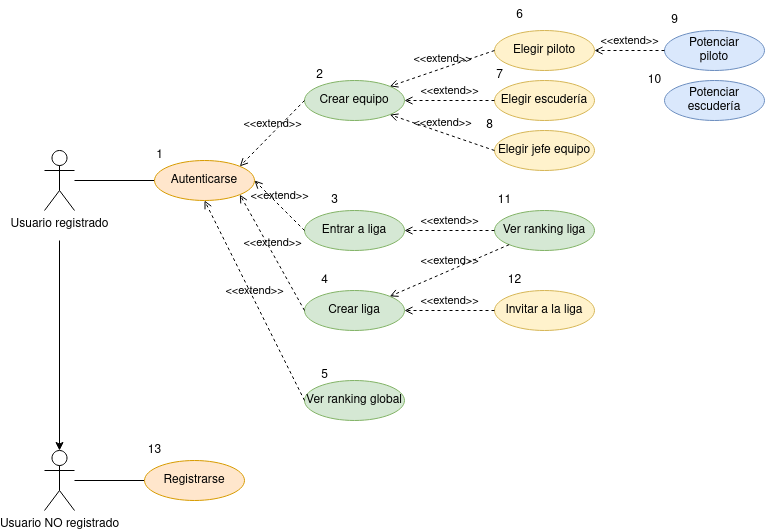
The draw.io diagram doc/diagramas/img/Diagrama_casos_uso.drawio.png in adrianhrb/proyecto_ETS, before a commit. Source tidied: cells renumbered, new cells last; positions are measured from the earlier drawing's top-left corner, leaving out a move shared by most shapes.
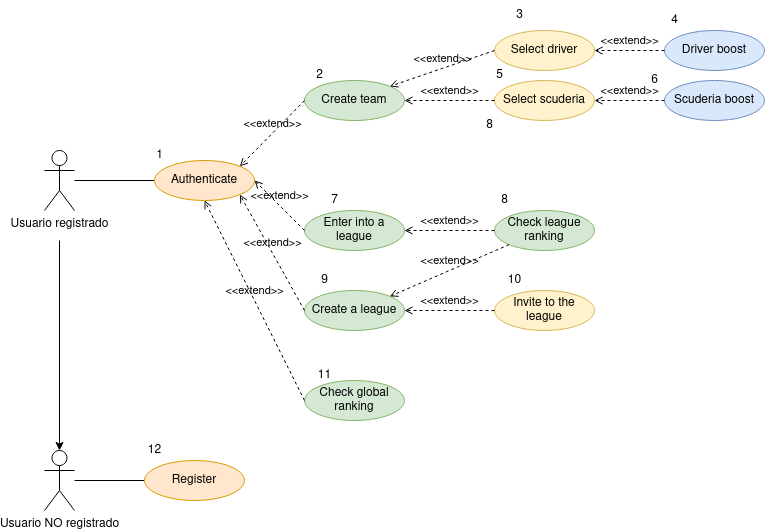
After the change.

What changed in the source:
```diff
@@ -13,34 +13,31 @@
     <mxCell id="4" value="Usuario registrado" style="shape=umlActor;verticalLabelPosition=bottom;verticalAlign=top;html=1;outlineConnect=0;" parent="1" vertex="1">
       <mxGeometry y="150" width="30" height="60" as="geometry" />
     </mxCell>
-    <mxCell id="5" value="Autenticarse" style="ellipse;whiteSpace=wrap;html=1;align=center;fillColor=#ffe6cc;strokeColor=#d79b00;" parent="1" vertex="1">
+    <mxCell id="5" value="Authenticate" style="ellipse;whiteSpace=wrap;html=1;align=center;fillColor=#ffe6cc;strokeColor=#d79b00;" parent="1" vertex="1">
       <mxGeometry x="110" y="160" width="100" height="40" as="geometry" />
     </mxCell>
-    <mxCell id="6" value="Crear equipo" style="ellipse;whiteSpace=wrap;html=1;align=center;fillColor=#d5e8d4;strokeColor=#82b366;" parent="1" vertex="1">
+    <mxCell id="6" value="Create team" style="ellipse;whiteSpace=wrap;html=1;align=center;fillColor=#d5e8d4;strokeColor=#82b366;" parent="1" vertex="1">
       <mxGeometry x="260" y="80" width="100" height="40" as="geometry" />
     </mxCell>
-    <mxCell id="7" value="Elegir piloto" style="ellipse;whiteSpace=wrap;html=1;align=center;fillColor=#fff2cc;strokeColor=#d6b656;" parent="1" vertex="1">
+    <mxCell id="7" value="Select driver" style="ellipse;whiteSpace=wrap;html=1;align=center;fillColor=#fff2cc;strokeColor=#d6b656;" parent="1" vertex="1">
       <mxGeometry x="450" y="30" width="100" height="40" as="geometry" />
     </mxCell>
-    <mxCell id="8" value="Elegir escudería" style="ellipse;whiteSpace=wrap;html=1;align=center;fillColor=#fff2cc;strokeColor=#d6b656;" parent="1" vertex="1">
+    <mxCell id="8" value="Select scuderia" style="ellipse;whiteSpace=wrap;html=1;align=center;fillColor=#fff2cc;strokeColor=#d6b656;" parent="1" vertex="1">
       <mxGeometry x="450" y="80" width="100" height="40" as="geometry" />
     </mxCell>
-    <mxCell id="9" value="Elegir jefe equipo" style="ellipse;whiteSpace=wrap;html=1;align=center;fillColor=#fff2cc;strokeColor=#d6b656;" parent="1" vertex="1">
-      <mxGeometry x="450" y="130" width="100" height="40" as="geometry" />
-    </mxCell>
-    <mxCell id="10" value="&lt;div&gt;Potenciar &lt;br&gt;&lt;/div&gt;&lt;div&gt;piloto&lt;/div&gt;" style="ellipse;whiteSpace=wrap;html=1;align=center;fillColor=#dae8fc;strokeColor=#6c8ebf;" parent="1" vertex="1">
+    <mxCell id="10" value="Driver boost" style="ellipse;whiteSpace=wrap;html=1;align=center;fillColor=#dae8fc;strokeColor=#6c8ebf;" parent="1" vertex="1">
       <mxGeometry x="620" y="30" width="100" height="40" as="geometry" />
     </mxCell>
-    <mxCell id="11" value="Entrar a liga" style="ellipse;whiteSpace=wrap;html=1;align=center;fillColor=#d5e8d4;strokeColor=#82b366;" parent="1" vertex="1">
+    <mxCell id="11" value="Enter into a league" style="ellipse;whiteSpace=wrap;html=1;align=center;fillColor=#d5e8d4;strokeColor=#82b366;" parent="1" vertex="1">
       <mxGeometry x="260" y="210" width="100" height="40" as="geometry" />
     </mxCell>
-    <mxCell id="12" value="Invitar a la liga" style="ellipse;whiteSpace=wrap;html=1;align=center;fillColor=#fff2cc;strokeColor=#d6b656;" parent="1" vertex="1">
+    <mxCell id="12" value="Invite to the league" style="ellipse;whiteSpace=wrap;html=1;align=center;fillColor=#fff2cc;strokeColor=#d6b656;" parent="1" vertex="1">
       <mxGeometry x="450" y="290" width="100" height="40" as="geometry" />
     </mxCell>
-    <mxCell id="13" value="Crear liga" style="ellipse;whiteSpace=wrap;html=1;align=center;fillColor=#d5e8d4;strokeColor=#82b366;" parent="1" vertex="1">
+    <mxCell id="13" value="Create a league" style="ellipse;whiteSpace=wrap;html=1;align=center;fillColor=#d5e8d4;strokeColor=#82b366;" parent="1" vertex="1">
       <mxGeometry x="260" y="290" width="100" height="40" as="geometry" />
     </mxCell>
-    <mxCell id="14" value="Potenciar escudería" style="ellipse;whiteSpace=wrap;html=1;align=center;fillColor=#dae8fc;strokeColor=#6c8ebf;" parent="1" vertex="1">
+    <mxCell id="14" value="Scuderia boost" style="ellipse;whiteSpace=wrap;html=1;align=center;fillColor=#dae8fc;strokeColor=#6c8ebf;" parent="1" vertex="1">
       <mxGeometry x="620" y="80" width="100" height="40" as="geometry" />
     </mxCell>
     <mxCell id="15" style="edgeStyle=orthogonalEdgeStyle;rounded=0;jettySize=auto;html=1;entryX=0;entryY=0.5;entryDx=0;entryDy=0;endArrow=none;endFill=0;" parent="1" edge="1" source="16" target="17">
@@ -49,13 +46,13 @@
     <mxCell id="16" value="Usuario NO registrado" style="shape=umlActor;verticalLabelPosition=bottom;verticalAlign=top;html=1;outlineConnect=0;" parent="1" vertex="1">
       <mxGeometry y="450" width="30" height="60" as="geometry" />
     </mxCell>
-    <mxCell id="17" value="Registrarse" style="ellipse;whiteSpace=wrap;html=1;align=center;fillColor=#ffe6cc;strokeColor=#d79b00;" parent="1" vertex="1">
+    <mxCell id="17" value="Register" style="ellipse;whiteSpace=wrap;html=1;align=center;fillColor=#ffe6cc;strokeColor=#d79b00;" parent="1" vertex="1">
       <mxGeometry x="100" y="460" width="100" height="40" as="geometry" />
     </mxCell>
-    <mxCell id="18" value="Ver ranking global" style="ellipse;whiteSpace=wrap;html=1;align=center;fillColor=#d5e8d4;strokeColor=#82b366;" parent="1" vertex="1">
+    <mxCell id="18" value="Check global ranking" style="ellipse;whiteSpace=wrap;html=1;align=center;fillColor=#d5e8d4;strokeColor=#82b366;" parent="1" vertex="1">
       <mxGeometry x="260" y="380" width="100" height="40" as="geometry" />
     </mxCell>
-    <mxCell id="19" value="Ver ranking liga" style="ellipse;whiteSpace=wrap;html=1;align=center;fillColor=#d5e8d4;strokeColor=#82b366;" parent="1" vertex="1">
+    <mxCell id="19" value="Check league ranking" style="ellipse;whiteSpace=wrap;html=1;align=center;fillColor=#d5e8d4;strokeColor=#82b366;" parent="1" vertex="1">
       <mxGeometry x="450" y="210" width="100" height="40" as="geometry" />
     </mxCell>
     <mxCell id="20" value="&amp;lt;&amp;lt;extend&amp;gt;&amp;gt;" style="html=1;verticalAlign=bottom;labelBackgroundColor=none;endArrow=open;endFill=0;dashed=1;rounded=0;exitX=0;exitY=0.5;exitDx=0;exitDy=0;entryX=0.5;entryY=1;entryDx=0;entryDy=0;" parent="1" edge="1" source="18" target="5">
@@ -76,7 +73,7 @@
     <mxCell id="25" value="&amp;lt;&amp;lt;extend&amp;gt;&amp;gt;" style="html=1;verticalAlign=bottom;labelBackgroundColor=none;endArrow=open;endFill=0;dashed=1;rounded=0;exitX=0;exitY=0.5;exitDx=0;exitDy=0;entryX=1;entryY=0.5;entryDx=0;entryDy=0;" parent="1" edge="1" source="8" target="6">
       <mxGeometry relative="1" as="geometry" />
     </mxCell>
-    <mxCell id="26" value="&amp;lt;&amp;lt;extend&amp;gt;&amp;gt;" style="html=1;verticalAlign=bottom;labelBackgroundColor=none;endArrow=open;endFill=0;dashed=1;rounded=0;exitX=0;exitY=0.5;exitDx=0;exitDy=0;entryX=1;entryY=1;entryDx=0;entryDy=0;" parent="1" edge="1" source="9" target="6">
+    <mxCell id="26" value="&amp;lt;&amp;lt;extend&amp;gt;&amp;gt;" style="html=1;verticalAlign=bottom;labelBackgroundColor=none;endArrow=open;endFill=0;dashed=1;rounded=0;exitX=0;exitY=0.5;exitDx=0;exitDy=0;entryX=1;entryY=0.5;entryDx=0;entryDy=0;" parent="1" edge="1" source="14" target="8">
       <mxGeometry relative="1" as="geometry" />
     </mxCell>
     <mxCell id="27" value="&amp;lt;&amp;lt;extend&amp;gt;&amp;gt;" style="html=1;verticalAlign=bottom;labelBackgroundColor=none;endArrow=open;endFill=0;dashed=1;rounded=0;exitX=0;exitY=0.5;exitDx=0;exitDy=0;entryX=1;entryY=0.5;entryDx=0;entryDy=0;" parent="1" edge="1" source="10" target="7">
@@ -100,37 +97,37 @@
     <mxCell id="33" value="2" style="text;html=1;align=center;verticalAlign=middle;strokeColor=none;fillColor=none;" parent="1" vertex="1">
       <mxGeometry x="260" y="60" width="30" height="30" as="geometry" />
     </mxCell>
-    <mxCell id="34" value="3" style="text;html=1;align=center;verticalAlign=middle;strokeColor=none;fillColor=none;" parent="1" vertex="1">
+    <mxCell id="34" value="7" style="text;html=1;align=center;verticalAlign=middle;strokeColor=none;fillColor=none;" parent="1" vertex="1">
       <mxGeometry x="275" y="185" width="30" height="30" as="geometry" />
     </mxCell>
-    <mxCell id="35" value="4" style="text;html=1;align=center;verticalAlign=middle;strokeColor=none;fillColor=none;" parent="1" vertex="1">
+    <mxCell id="35" value="9" style="text;html=1;align=center;verticalAlign=middle;strokeColor=none;fillColor=none;" parent="1" vertex="1">
       <mxGeometry x="265" y="265" width="30" height="30" as="geometry" />
     </mxCell>
-    <mxCell id="36" value="5" style="text;html=1;align=center;verticalAlign=middle;strokeColor=none;fillColor=none;" parent="1" vertex="1">
-      <mxGeometry x="265" y="360" width="30" height="30" as="geometry" />
+    <mxCell id="36" value="11" style="text;html=1;align=center;verticalAlign=middle;strokeColor=none;fillColor=none;" parent="1" vertex="1">
+      <mxGeometry x="260" y="360" width="40" height="30" as="geometry" />
     </mxCell>
-    <mxCell id="37" value="6" style="text;html=1;align=center;verticalAlign=middle;strokeColor=none;fillColor=none;" parent="1" vertex="1">
+    <mxCell id="37" value="3" style="text;html=1;align=center;verticalAlign=middle;strokeColor=none;fillColor=none;" parent="1" vertex="1">
       <mxGeometry x="460" width="30" height="30" as="geometry" />
     </mxCell>
-    <mxCell id="38" value="7" style="text;html=1;align=center;verticalAlign=middle;strokeColor=none;fillColor=none;" parent="1" vertex="1">
+    <mxCell id="38" value="5" style="text;html=1;align=center;verticalAlign=middle;strokeColor=none;fillColor=none;" parent="1" vertex="1">
       <mxGeometry x="440" y="60" width="30" height="30" as="geometry" />
     </mxCell>
     <mxCell id="39" value="8" style="text;html=1;align=center;verticalAlign=middle;strokeColor=none;fillColor=none;" parent="1" vertex="1">
       <mxGeometry x="430" y="110" width="30" height="30" as="geometry" />
     </mxCell>
-    <mxCell id="40" value="9" style="text;html=1;align=center;verticalAlign=middle;strokeColor=none;fillColor=none;" parent="1" vertex="1">
+    <mxCell id="40" value="4" style="text;html=1;align=center;verticalAlign=middle;strokeColor=none;fillColor=none;" parent="1" vertex="1">
       <mxGeometry x="615" y="5" width="30" height="30" as="geometry" />
     </mxCell>
-    <mxCell id="41" value="10" style="text;html=1;align=center;verticalAlign=middle;strokeColor=none;fillColor=none;" parent="1" vertex="1">
-      <mxGeometry x="590" y="65" width="40" height="30" as="geometry" />
+    <mxCell id="41" value="6" style="text;html=1;align=center;verticalAlign=middle;strokeColor=none;fillColor=none;" parent="1" vertex="1">
+      <mxGeometry x="595" y="65" width="30" height="30" as="geometry" />
     </mxCell>
-    <mxCell id="42" value="11" style="text;html=1;align=center;verticalAlign=middle;strokeColor=none;fillColor=none;" parent="1" vertex="1">
-      <mxGeometry x="440" y="185" width="40" height="30" as="geometry" />
+    <mxCell id="42" value="8" style="text;html=1;align=center;verticalAlign=middle;strokeColor=none;fillColor=none;" parent="1" vertex="1">
+      <mxGeometry x="445" y="185" width="30" height="30" as="geometry" />
     </mxCell>
-    <mxCell id="43" value="12" style="text;html=1;align=center;verticalAlign=middle;strokeColor=none;fillColor=none;" parent="1" vertex="1">
+    <mxCell id="43" value="10" style="text;html=1;align=center;verticalAlign=middle;strokeColor=none;fillColor=none;" parent="1" vertex="1">
       <mxGeometry x="450" y="265" width="40" height="30" as="geometry" />
     </mxCell>
-    <mxCell id="44" value="13" style="text;html=1;align=center;verticalAlign=middle;strokeColor=none;fillColor=none;" parent="1" vertex="1">
+    <mxCell id="44" value="12" style="text;html=1;align=center;verticalAlign=middle;strokeColor=none;fillColor=none;" parent="1" vertex="1">
       <mxGeometry x="90" y="435" width="40" height="30" as="geometry" />
     </mxCell>
   </root>
```
